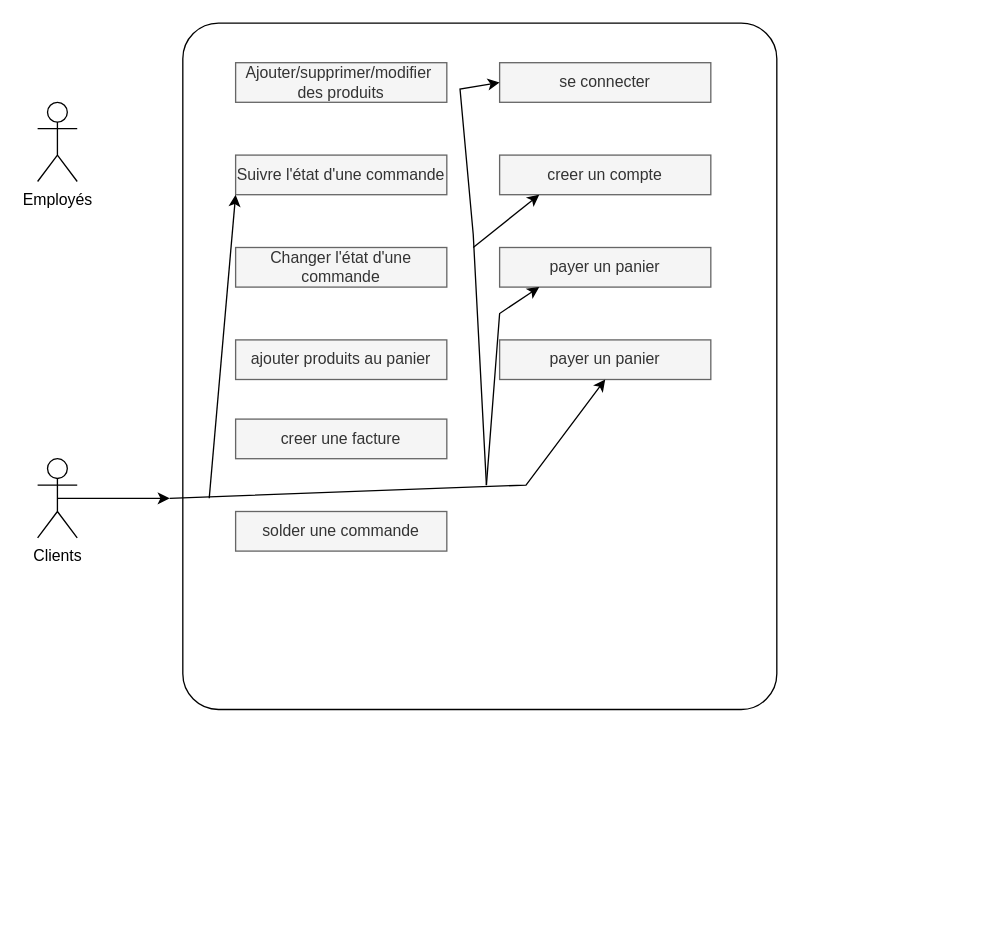
HarrikaneC5N/Project-php-j.rib keeps this draw.io diagram as Case user diagramme projetjri.drawio. Above is the earlier version. Source tidied: cells renumbered, new cells numbered last; positions are measured from the earlier drawing's top-left corner, leaving out a move shared by most shapes. Both pictures are drawn from the tidied source at 132%, with x=0, y=0 at pixel (37, 22).
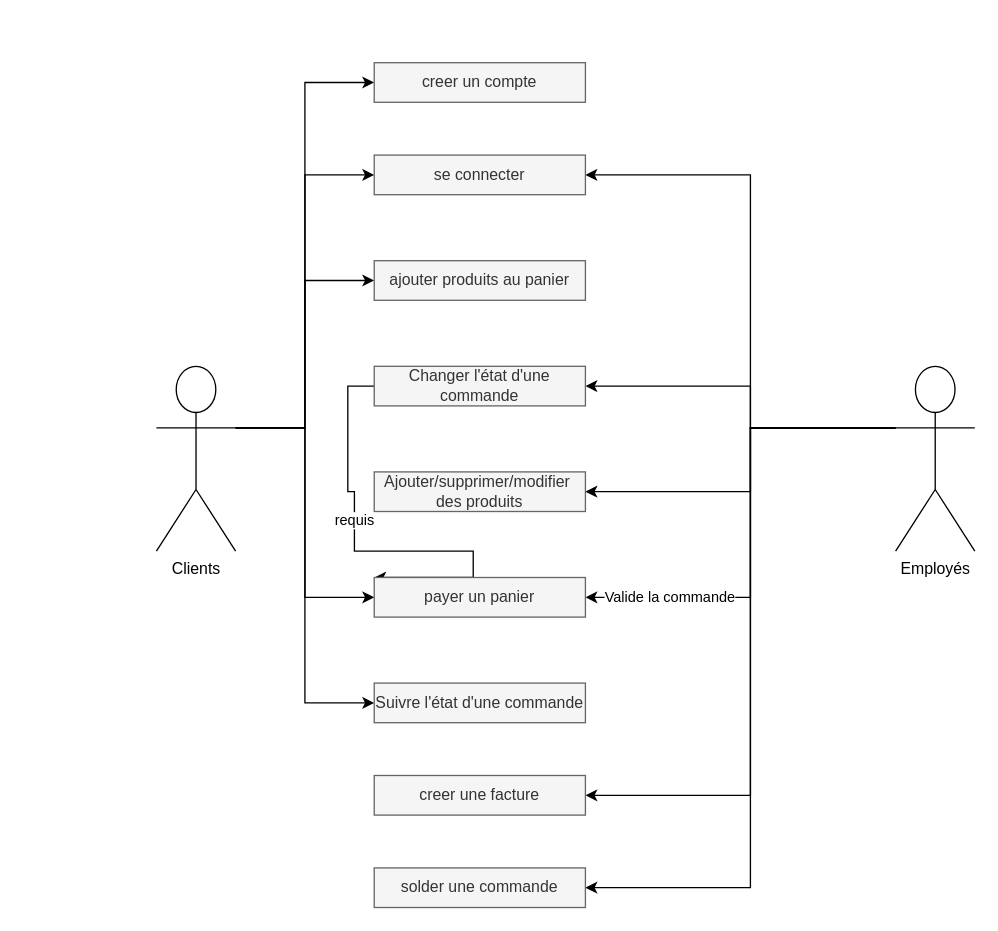
After the change.

Commit message:
Mettre à jour Case user diagramme projetjri.drawio

Change to the diagram source:
```diff
@@
+    <mxCell id="21" style="edgeStyle=orthogonalEdgeStyle;rounded=0;jettySize=auto;html=1;exitX=1;exitY=0.3333333333333333;exitDx=0;exitDy=0;exitPerimeter=0;entryX=0;entryY=0.5;entryDx=0;entryDy=0;" parent="1" edge="1" source="2" target="12">
+      <mxGeometry relative="1" as="geometry" />
+    </mxCell>
+    <mxCell id="22" style="edgeStyle=orthogonalEdgeStyle;rounded=0;jettySize=auto;html=1;exitX=1;exitY=0.3333333333333333;exitDx=0;exitDy=0;exitPerimeter=0;entryX=0;entryY=0.5;entryDx=0;entryDy=0;" parent="1" edge="1" source="2" target="8">
+      <mxGeometry relative="1" as="geometry" />
+    </mxCell>
+    <mxCell id="23" style="edgeStyle=orthogonalEdgeStyle;rounded=0;jettySize=auto;html=1;exitX=1;exitY=0.3333333333333333;exitDx=0;exitDy=0;exitPerimeter=0;entryX=0;entryY=0.5;entryDx=0;entryDy=0;" parent="1" edge="1" source="2" target="11">
+      <mxGeometry relative="1" as="geometry" />
+    </mxCell>
+    <mxCell id="24" style="edgeStyle=orthogonalEdgeStyle;rounded=0;jettySize=auto;html=1;exitX=1;exitY=0.3333333333333333;exitDx=0;exitDy=0;exitPerimeter=0;entryX=0;entryY=0.5;entryDx=0;entryDy=0;" parent="1" edge="1" source="2" target="14">
+      <mxGeometry relative="1" as="geometry" />
+    </mxCell>
+    <mxCell id="25" style="edgeStyle=orthogonalEdgeStyle;rounded=0;jettySize=auto;html=1;exitX=1;exitY=0.3333333333333333;exitDx=0;exitDy=0;exitPerimeter=0;entryX=0;entryY=0.5;entryDx=0;entryDy=0;" parent="1" edge="1" source="2" target="6">
+      <mxGeometry relative="1" as="geometry" />
+    </mxCell>
     <mxCell id="2" value="Clients&lt;br&gt;" style="shape=umlActor;verticalLabelPosition=bottom;verticalAlign=top;html=1;outlineConnect=0;" parent="1" vertex="1">
-      <mxGeometry y="330" width="30" height="60" as="geometry" />
+      <mxGeometry x="90" y="260" width="60" height="140" as="geometry" />
     </mxCell>
+    <mxCell id="26" style="edgeStyle=orthogonalEdgeStyle;rounded=0;jettySize=auto;html=1;exitX=0;exitY=0.3333333333333333;exitDx=0;exitDy=0;exitPerimeter=0;" parent="1" edge="1" source="3" target="7">
+      <mxGeometry relative="1" as="geometry">
+        <Array as="points">
+          <mxPoint x="540" y="307" />
+          <mxPoint x="540" y="275" />
+        </Array>
+      </mxGeometry>
+    </mxCell>
+    <mxCell id="27" style="edgeStyle=orthogonalEdgeStyle;rounded=0;jettySize=auto;html=1;exitX=0;exitY=0.3333333333333333;exitDx=0;exitDy=0;exitPerimeter=0;entryX=1;entryY=0.5;entryDx=0;entryDy=0;" parent="1" edge="1" source="3" target="5">
+      <mxGeometry relative="1" as="geometry">
+        <Array as="points">
+          <mxPoint x="540" y="307" />
+          <mxPoint x="540" y="355" />
+        </Array>
+      </mxGeometry>
+    </mxCell>
+    <mxCell id="28" style="edgeStyle=orthogonalEdgeStyle;rounded=0;jettySize=auto;html=1;exitX=0;exitY=0.3333333333333333;exitDx=0;exitDy=0;exitPerimeter=0;entryX=1;entryY=0.5;entryDx=0;entryDy=0;" parent="1" edge="1" source="3" target="9">
+      <mxGeometry relative="1" as="geometry">
+        <Array as="points">
+          <mxPoint x="540" y="307" />
+          <mxPoint x="540" y="585" />
+        </Array>
+      </mxGeometry>
+    </mxCell>
+    <mxCell id="29" style="edgeStyle=orthogonalEdgeStyle;rounded=0;jettySize=auto;html=1;exitX=0;exitY=0.3333333333333333;exitDx=0;exitDy=0;exitPerimeter=0;entryX=1;entryY=0.5;entryDx=0;entryDy=0;" parent="1" edge="1" source="3" target="10">
+      <mxGeometry relative="1" as="geometry">
+        <Array as="points">
+          <mxPoint x="540" y="307" />
+          <mxPoint x="540" y="655" />
+        </Array>
+      </mxGeometry>
+    </mxCell>
+    <mxCell id="30" style="edgeStyle=orthogonalEdgeStyle;rounded=0;jettySize=auto;html=1;exitX=0;exitY=0.3333333333333333;exitDx=0;exitDy=0;exitPerimeter=0;entryX=1;entryY=0.5;entryDx=0;entryDy=0;" parent="1" edge="1" source="3" target="11">
+      <mxGeometry relative="1" as="geometry">
+        <Array as="points">
+          <mxPoint x="540" y="307" />
+          <mxPoint x="540" y="115" />
+        </Array>
+      </mxGeometry>
+    </mxCell>
+    <mxCell id="31" style="edgeStyle=orthogonalEdgeStyle;rounded=0;jettySize=auto;html=1;exitX=0;exitY=0.3333333333333333;exitDx=0;exitDy=0;exitPerimeter=0;entryX=1;entryY=0.5;entryDx=0;entryDy=0;" parent="1" edge="1" source="3" target="14">
+      <mxGeometry relative="1" as="geometry">
+        <Array as="points">
+          <mxPoint x="540" y="307" />
+          <mxPoint x="540" y="435" />
+        </Array>
+      </mxGeometry>
+    </mxCell>
+    <mxCell id="32" value="Valide la commande" style="edgeLabel;html=1;align=center;verticalAlign=middle;" parent="31" vertex="1">
+      <mxGeometry x="0.65" y="-1" relative="1" as="geometry" />
+    </mxCell>
     <mxCell id="3" value="Employés" style="shape=umlActor;verticalLabelPosition=bottom;verticalAlign=top;html=1;outlineConnect=0;" parent="1" vertex="1">
-      <mxGeometry y="60" width="30" height="60" as="geometry" />
+      <mxGeometry x="650" y="260" width="60" height="140" as="geometry" />
     </mxCell>
-    <mxCell id="4" style="rounded=1;whiteSpace=wrap;html=1;arcSize=6;" parent="1" vertex="1">
-      <mxGeometry x="110" width="450" height="520" as="geometry" />
-    </mxCell>
     <mxCell id="5" value="Ajouter/supprimer/modifier&amp;nbsp;&lt;br&gt;des produits" style="text;html=1;align=center;verticalAlign=middle;whiteSpace=wrap;rounded=0;perimeterSpacing=0;strokeWidth=1;fillColor=#f5f5f5;fontColor=#333333;strokeColor=#666666;" parent="1" vertex="1">
-      <mxGeometry x="150" y="30" width="160" height="30" as="geometry" />
+      <mxGeometry x="255" y="340" width="160" height="30" as="geometry" />
     </mxCell>
     <mxCell id="6" value="Suivre l'état d'une commande" style="text;html=1;strokeColor=#666666;fillColor=#f5f5f5;align=center;verticalAlign=middle;whiteSpace=wrap;rounded=0;fontColor=#333333;" parent="1" vertex="1">
-      <mxGeometry x="150" y="100" width="160" height="30" as="geometry" />
+      <mxGeometry x="255" y="500" width="160" height="30" as="geometry" />
     </mxCell>
+    <mxCell id="33" style="edgeStyle=orthogonalEdgeStyle;rounded=0;jettySize=auto;html=1;exitX=0;exitY=0.5;exitDx=0;exitDy=0;entryX=0;entryY=0;entryDx=0;entryDy=0;" parent="1" edge="1" source="7" target="14">
+      <mxGeometry relative="1" as="geometry">
+        <Array as="points">
+          <mxPoint x="235" y="275" />
+          <mxPoint x="235" y="355" />
+          <mxPoint x="240" y="355" />
+          <mxPoint x="240" y="400" />
+          <mxPoint x="330" y="400" />
+          <mxPoint x="330" y="420" />
+        </Array>
+      </mxGeometry>
+    </mxCell>
+    <mxCell id="34" value="requis" style="edgeLabel;html=1;align=center;verticalAlign=middle;" parent="33" vertex="1">
+      <mxGeometry x="-0.25" y="-1" relative="1" as="geometry" />
+    </mxCell>
     <mxCell id="7" value="Changer l'état d'une commande" style="text;html=1;strokeColor=#666666;fillColor=#f5f5f5;align=center;verticalAlign=middle;whiteSpace=wrap;rounded=0;fontColor=#333333;" parent="1" vertex="1">
-      <mxGeometry x="150" y="170" width="160" height="30" as="geometry" />
+      <mxGeometry x="255" y="260" width="160" height="30" as="geometry" />
     </mxCell>
     <mxCell id="8" value="ajouter produits au panier" style="text;html=1;strokeColor=#666666;fillColor=#f5f5f5;align=center;verticalAlign=middle;whiteSpace=wrap;rounded=0;fontColor=#333333;" parent="1" vertex="1">
-      <mxGeometry x="150" y="240" width="160" height="30" as="geometry" />
+      <mxGeometry x="255" y="180" width="160" height="30" as="geometry" />
     </mxCell>
     <mxCell id="9" value="creer une facture" style="text;html=1;strokeColor=#666666;fillColor=#f5f5f5;align=center;verticalAlign=middle;whiteSpace=wrap;rounded=0;fontColor=#333333;" parent="1" vertex="1">
-      <mxGeometry x="150" y="300" width="160" height="30" as="geometry" />
+      <mxGeometry x="255" y="570" width="160" height="30" as="geometry" />
     </mxCell>
     <mxCell id="10" value="solder une commande" style="text;html=1;strokeColor=#666666;fillColor=#f5f5f5;align=center;verticalAlign=middle;whiteSpace=wrap;rounded=0;fontColor=#333333;" parent="1" vertex="1">
-      <mxGeometry x="150" y="370" width="160" height="30" as="geometry" />
+      <mxGeometry x="255" y="640" width="160" height="30" as="geometry" />
     </mxCell>
     <mxCell id="11" value="se connecter" style="text;html=1;align=center;verticalAlign=middle;whiteSpace=wrap;rounded=0;perimeterSpacing=0;strokeWidth=1;fillColor=#f5f5f5;fontColor=#333333;strokeColor=#666666;" parent="1" vertex="1">
-      <mxGeometry x="350" y="30" width="160" height="30" as="geometry" />
+      <mxGeometry x="255" y="100" width="160" height="30" as="geometry" />
     </mxCell>
     <mxCell id="12" value="creer un compte" style="text;html=1;align=center;verticalAlign=middle;whiteSpace=wrap;rounded=0;perimeterSpacing=0;strokeWidth=1;fillColor=#f5f5f5;fontColor=#333333;strokeColor=#666666;" parent="1" vertex="1">
-      <mxGeometry x="350" y="100" width="160" height="30" as="geometry" />
+      <mxGeometry x="255" y="30" width="160" height="30" as="geometry" />
     </mxCell>
-    <mxCell id="13" value="payer un panier" style="text;html=1;align=center;verticalAlign=middle;whiteSpace=wrap;rounded=0;perimeterSpacing=0;strokeWidth=1;fillColor=#f5f5f5;fontColor=#333333;strokeColor=#666666;" parent="1" vertex="1">
-      <mxGeometry x="350" y="170" width="160" height="30" as="geometry" />
-    </mxCell>
     <mxCell id="14" value="payer un panier" style="text;html=1;align=center;verticalAlign=middle;whiteSpace=wrap;rounded=0;perimeterSpacing=0;strokeWidth=1;fillColor=#f5f5f5;fontColor=#333333;strokeColor=#666666;" parent="1" vertex="1">
-      <mxGeometry x="350" y="240" width="160" height="30" as="geometry" />
+      <mxGeometry x="255" y="420" width="160" height="30" as="geometry" />
     </mxCell>
-    <mxCell id="15" style="endArrow=classic;html=1;rounded=0;exitX=0.5;exitY=0.5;exitDx=0;exitDy=0;exitPerimeter=0;" parent="1" edge="1" source="2">
-      <mxGeometry relative="1" as="geometry">
-        <mxPoint x="100" y="360" as="targetPoint" />
-      </mxGeometry>
-    </mxCell>
-    <mxCell id="16" style="endArrow=classic;html=1;rounded=0;entryX=0.5;entryY=1;entryDx=0;entryDy=0;" parent="1" edge="1" target="14">
-      <mxGeometry relative="1" as="geometry">
-        <mxPoint x="100" y="360" as="sourcePoint" />
-        <Array as="points">
-          <mxPoint x="370" y="350" />
-        </Array>
-      </mxGeometry>
-    </mxCell>
-    <mxCell id="17" style="endArrow=classic;html=1;rounded=0;entryX=0;entryY=1;entryDx=0;entryDy=0;" parent="1" edge="1" target="6">
-      <mxGeometry relative="1" as="geometry">
-        <mxPoint x="130" y="360" as="sourcePoint" />
-      </mxGeometry>
-    </mxCell>
-    <mxCell id="18" style="endArrow=classic;html=1;rounded=0;entryX=0;entryY=0.5;entryDx=0;entryDy=0;" parent="1" edge="1" target="11">
-      <mxGeometry relative="1" as="geometry">
-        <mxPoint x="340" y="350" as="sourcePoint" />
-        <Array as="points">
-          <mxPoint x="330" y="160" />
-          <mxPoint x="320" y="50" />
-        </Array>
-      </mxGeometry>
-    </mxCell>
-    <mxCell id="19" style="endArrow=classic;html=1;rounded=0;" parent="1" edge="1">
-      <mxGeometry relative="1" as="geometry">
-        <mxPoint x="330" y="170" as="sourcePoint" />
-        <mxPoint x="380" y="130" as="targetPoint" />
-      </mxGeometry>
-    </mxCell>
-    <mxCell id="20" style="endArrow=classic;html=1;rounded=0;" parent="1" edge="1">
-      <mxGeometry relative="1" as="geometry">
-        <mxPoint x="340" y="350" as="sourcePoint" />
-        <mxPoint x="380" y="200" as="targetPoint" />
-        <Array as="points">
-          <mxPoint x="350" y="220" />
-        </Array>
-      </mxGeometry>
-    </mxCell>
```
